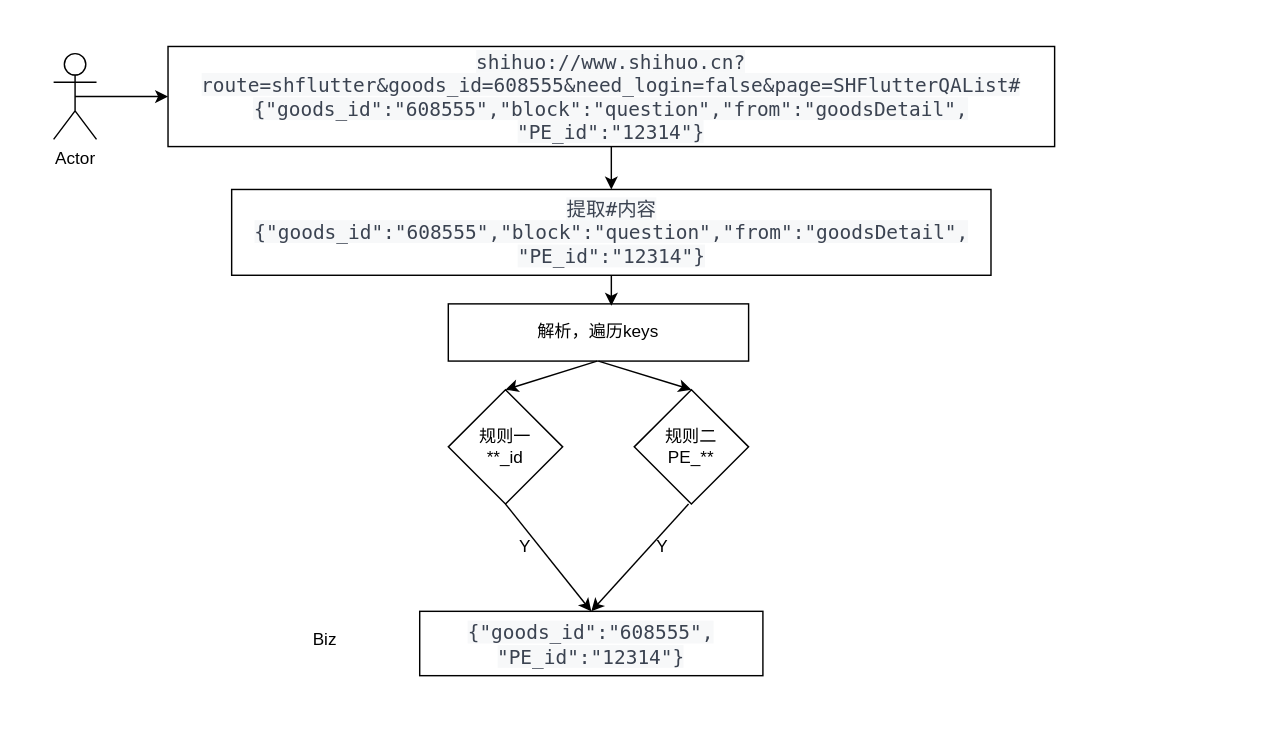
This is 埋点Biz透传.drawio from aiquantong/Hero, a draw.io file, before an edit. Source tidied: cells renumbered, new cells numbered last; positions are measured from the earlier drawing's top-left corner, leaving out a move shared by most shapes. Both pictures are drawn from the tidied source at 143%, with x=0, y=0 at pixel (53, 46).
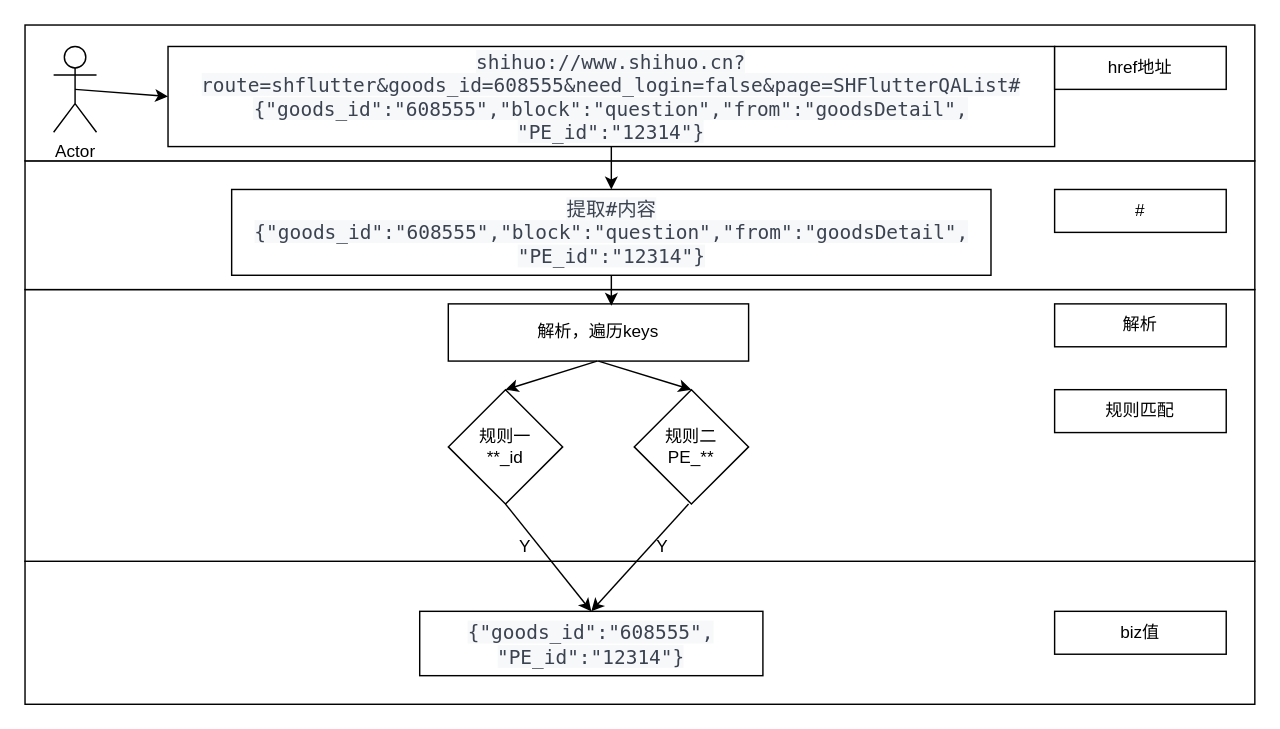
Above is the later version.

Change to the diagram source:
```diff
@@
+    <mxCell id="19" style="rounded=0;whiteSpace=wrap;html=1;" parent="1" vertex="1">
+      <mxGeometry x="-20" y="360" width="860" height="100" as="geometry" />
+    </mxCell>
+    <mxCell id="20" style="rounded=0;whiteSpace=wrap;html=1;" parent="1" vertex="1">
+      <mxGeometry x="-20" y="170" width="860" height="190" as="geometry" />
+    </mxCell>
+    <mxCell id="21" style="rounded=0;whiteSpace=wrap;html=1;" parent="1" vertex="1">
+      <mxGeometry x="-20" y="80" width="860" height="90" as="geometry" />
+    </mxCell>
+    <mxCell id="22" style="rounded=0;whiteSpace=wrap;html=1;" parent="1" vertex="1">
+      <mxGeometry x="-20" y="-15" width="860" height="95" as="geometry" />
+    </mxCell>
@@
     <mxCell id="3" value="Actor" style="shape=umlActor;verticalLabelPosition=bottom;verticalAlign=top;html=1;outlineConnect=0;" parent="1" vertex="1">
-      <mxGeometry y="5" width="30" height="60" as="geometry" />
+      <mxGeometry width="30" height="60" as="geometry" />
     </mxCell>
@@
-    <mxCell id="14" value="Biz" style="text;html=1;strokeColor=none;fillColor=none;align=center;verticalAlign=middle;whiteSpace=wrap;rounded=0;" parent="1" vertex="1">
-      <mxGeometry x="170" y="405" width="40" height="20" as="geometry" />
-    </mxCell>
@@
+    <mxCell id="23" value="href地址" style="rounded=0;whiteSpace=wrap;html=1;" parent="1" vertex="1">
+      <mxGeometry x="700" width="120" height="30" as="geometry" />
+    </mxCell>
+    <mxCell id="24" value="#" style="rounded=0;whiteSpace=wrap;html=1;" parent="1" vertex="1">
+      <mxGeometry x="700" y="100" width="120" height="30" as="geometry" />
+    </mxCell>
+    <mxCell id="25" value="解析" style="rounded=0;whiteSpace=wrap;html=1;" parent="1" vertex="1">
+      <mxGeometry x="700" y="180" width="120" height="30" as="geometry" />
+    </mxCell>
+    <mxCell id="26" value="规则匹配" style="rounded=0;whiteSpace=wrap;html=1;" parent="1" vertex="1">
+      <mxGeometry x="700" y="240" width="120" height="30" as="geometry" />
+    </mxCell>
+    <mxCell id="27" value="biz值" style="rounded=0;whiteSpace=wrap;html=1;" parent="1" vertex="1">
+      <mxGeometry x="700" y="395" width="120" height="30" as="geometry" />
+    </mxCell>
```
